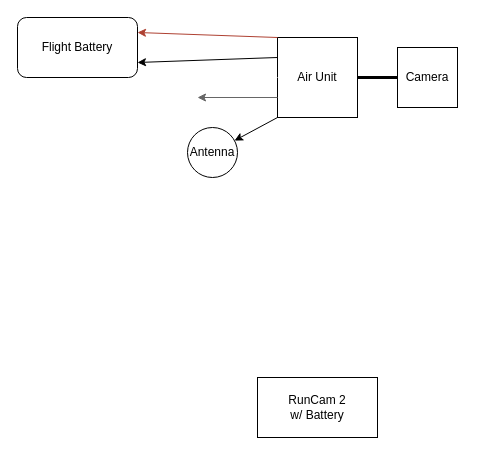
This is 2024-2025/Wiring/Cameras.drawio from Saddleback-College-Rocketry-Team/Draw.io-Sketches, a draw.io file, before an edit. Source tidied: cells renumbered, new cells numbered last; positions are measured from the earlier drawing's top-left corner, leaving out a move shared by most shapes. Both pictures are drawn from the tidied source at 100%, with x=0, y=0 at pixel (17, 17).
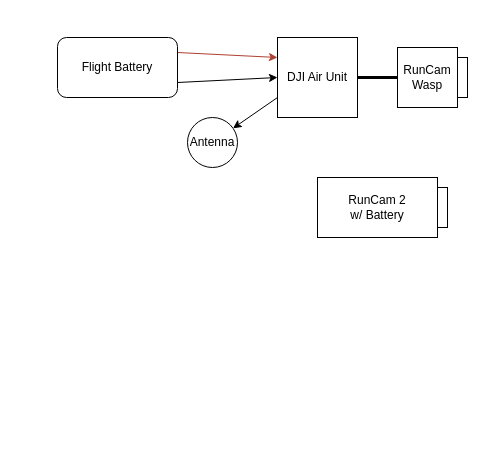
The same page after the edit.

Change to the diagram source:
```diff
@@
 <mxGraphModel>
   <root>
     <mxCell id="0" />
     <mxCell id="1" parent="0" />
     <mxCell id="2" value="RunCam 2&lt;div&gt;w/ Battery&lt;/div&gt;" style="rounded=0;whiteSpace=wrap;html=1;" parent="1" vertex="1">
-      <mxGeometry x="240" y="360" width="120" height="60" as="geometry" />
+      <mxGeometry x="300" y="160" width="120" height="60" as="geometry" />
     </mxCell>
-    <mxCell id="3" value="&lt;div&gt;Air Unit&lt;/div&gt;" style="whiteSpace=wrap;html=1;" parent="1" vertex="1">
+    <mxCell id="3" value="&lt;div&gt;DJI Air Unit&lt;/div&gt;" style="whiteSpace=wrap;html=1;" parent="1" vertex="1">
       <mxGeometry x="260" y="20" width="80" height="80" as="geometry" />
     </mxCell>
-    <mxCell id="4" value="Camera" style="whiteSpace=wrap;html=1;" parent="1" vertex="1">
+    <mxCell id="4" value="RunCam Wasp" style="whiteSpace=wrap;html=1;" parent="1" vertex="1">
       <mxGeometry x="380" y="30" width="60" height="60" as="geometry" />
     </mxCell>
-    <mxCell id="5" style="endArrow=classic;html=1;rounded=0;exitX=0;exitY=1;exitDx=0;exitDy=0;" parent="1" edge="1" source="3" target="6">
+    <mxCell id="5" style="endArrow=classic;html=1;rounded=0;exitX=0;exitY=0.75;exitDx=0;exitDy=0;" parent="1" edge="1" source="3" target="6">
       <mxGeometry relative="1" as="geometry" />
     </mxCell>
     <mxCell id="6" value="Antenna" style="ellipse;whiteSpace=wrap;html=1;" parent="1" vertex="1">
-      <mxGeometry x="170" y="110" width="50" height="50" as="geometry" />
+      <mxGeometry x="170" y="100" width="50" height="50" as="geometry" />
     </mxCell>
-    <mxCell id="7" style="endArrow=classic;html=1;rounded=0;exitX=0;exitY=0;exitDx=0;exitDy=0;fillColor=#fad9d5;strokeColor=#ae4132;entryX=1;entryY=0.25;entryDx=0;entryDy=0;" parent="1" edge="1" source="3" target="12">
+    <mxCell id="7" style="endArrow=classic;html=1;rounded=0;fillColor=#fad9d5;strokeColor=#ae4132;entryX=0;entryY=0.25;entryDx=0;entryDy=0;exitX=1;exitY=0.25;exitDx=0;exitDy=0;" parent="1" edge="1" source="12" target="3">
       <mxGeometry relative="1" as="geometry" />
     </mxCell>
-    <mxCell id="8" style="endArrow=classic;html=1;rounded=0;exitX=0;exitY=0.25;exitDx=0;exitDy=0;entryX=1;entryY=0.75;entryDx=0;entryDy=0;" parent="1" edge="1" source="3" target="12">
+    <mxCell id="8" style="endArrow=classic;html=1;rounded=0;exitX=1;exitY=0.75;exitDx=0;exitDy=0;entryX=0;entryY=0.5;entryDx=0;entryDy=0;" parent="1" edge="1" source="12" target="3">
       <mxGeometry relative="1" as="geometry" />
     </mxCell>
-    <mxCell id="9" style="endArrow=classic;html=1;rounded=0;exitX=0;exitY=0.5;exitDx=0;exitDy=0;strokeColor=#ffffff;" parent="1" edge="1" source="3">
-      <mxGeometry relative="1" as="geometry">
-        <mxPoint x="180" y="60" as="targetPoint" />
-      </mxGeometry>
-    </mxCell>
-    <mxCell id="10" style="endArrow=classic;html=1;rounded=0;exitX=0;exitY=0.75;exitDx=0;exitDy=0;fillColor=#f5f5f5;strokeColor=#666666;" parent="1" edge="1" source="3">
-      <mxGeometry relative="1" as="geometry">
-        <mxPoint x="180" y="80" as="targetPoint" />
-      </mxGeometry>
-    </mxCell>
     <mxCell id="11" style="endArrow=none;html=1;rounded=0;exitX=1;exitY=0.5;exitDx=0;exitDy=0;entryX=0;entryY=0.5;entryDx=0;entryDy=0;strokeWidth=3;" parent="1" edge="1" source="3" target="4">
       <mxGeometry relative="1" as="geometry" />
     </mxCell>
     <mxCell id="12" value="Flight Battery" style="rounded=1;whiteSpace=wrap;html=1;" parent="1" vertex="1">
-      <mxGeometry width="120" height="60" as="geometry" />
+      <mxGeometry x="40" y="20" width="120" height="60" as="geometry" />
     </mxCell>
+    <mxCell id="13" style="rounded=0;whiteSpace=wrap;html=1;" parent="1" vertex="1">
+      <mxGeometry x="440" y="40" width="10" height="40" as="geometry" />
+    </mxCell>
+    <mxCell id="14" style="rounded=0;whiteSpace=wrap;html=1;" parent="1" vertex="1">
+      <mxGeometry x="420" y="170" width="10" height="40" as="geometry" />
+    </mxCell>
   </root>
 </mxGraphModel>
```
